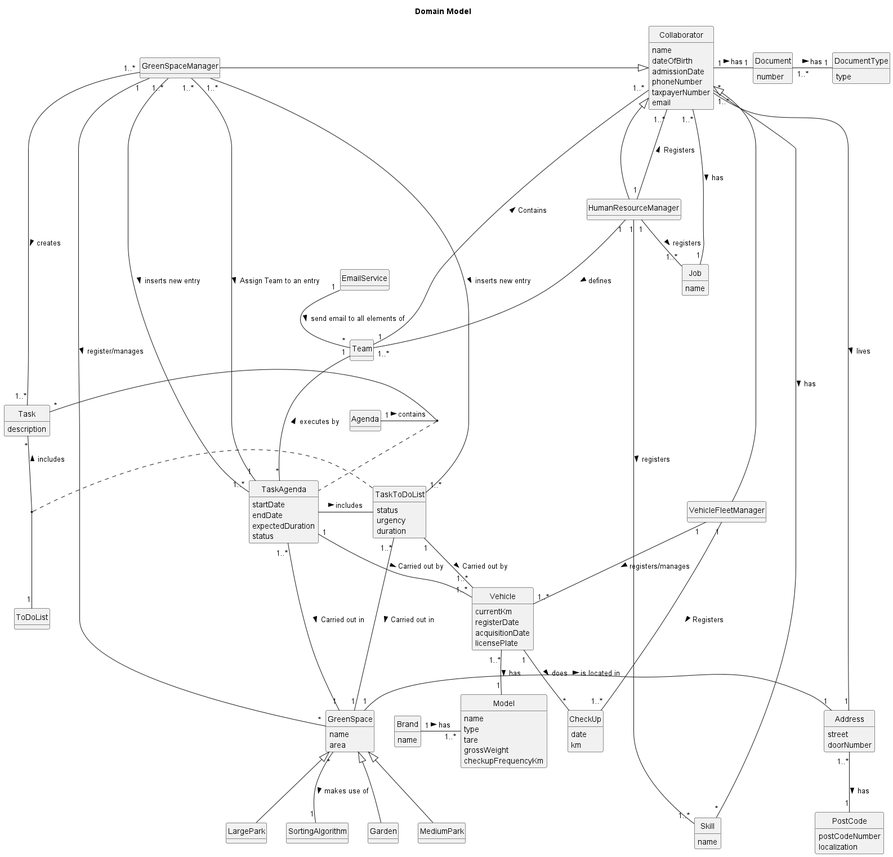
Departamento-de-Engenharia-Informatica/lei-24-s2-1db-g022 keeps this PlantUML diagram as docs/sprint3/global-artifacts/02.analysis/svg/partial-use-domain-model-Domain_Model.png. Above is the earlier version.
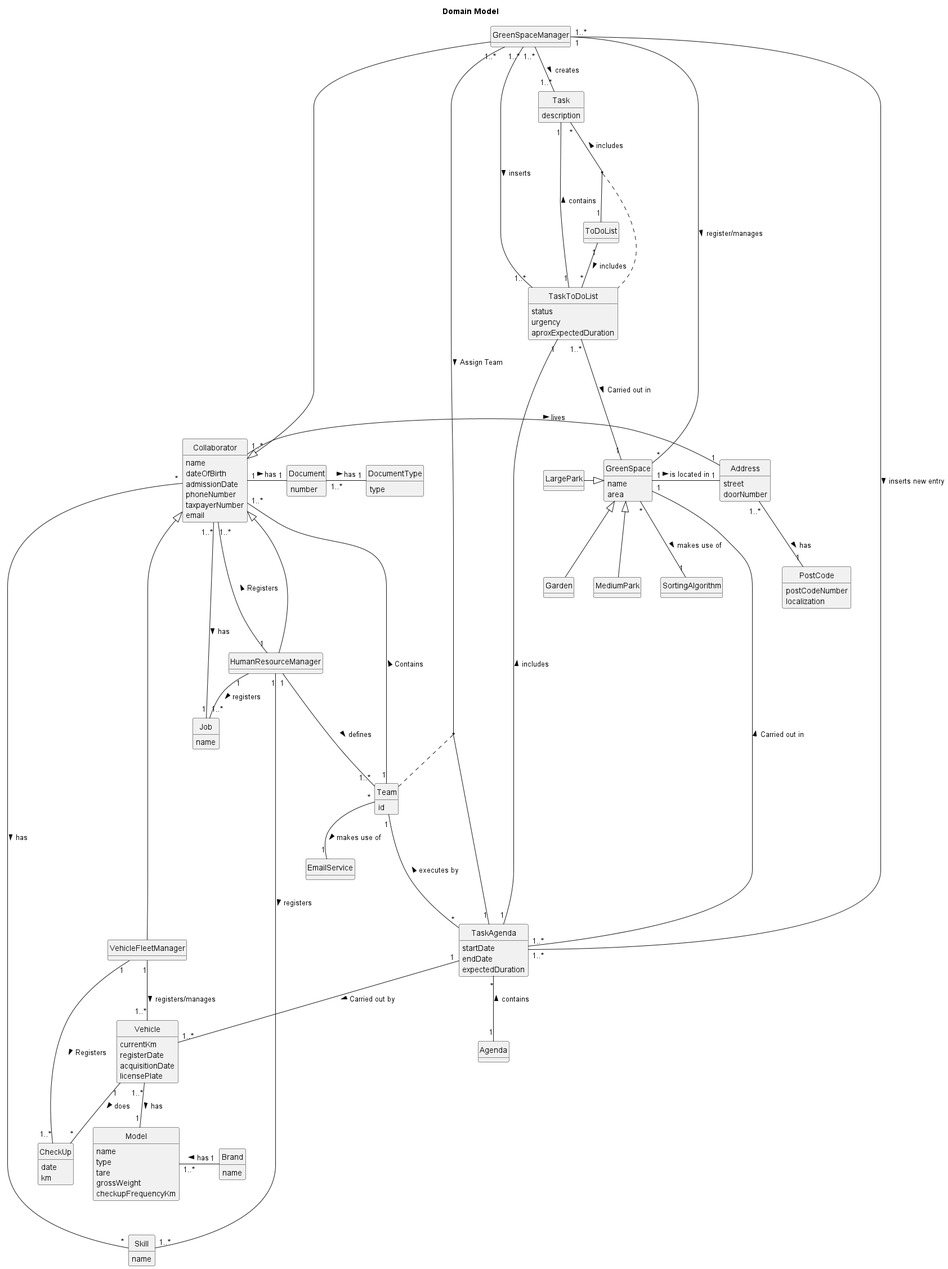
Later version of the same file.

What changed in the source:
```diff
@@ -67,7 +67,9 @@
 class Job{
     name
 }
+
 class Team{
+    id
 }
 
 class CheckUp{
@@ -98,14 +100,13 @@
 class TaskToDoList{
     status
     urgency
-    duration
+    aproxExpectedDuration
 }
 
 class TaskAgenda{
     startDate
     endDate
     expectedDuration
-    status
 }
 
 class Task {
@@ -136,38 +137,40 @@
 VehicleFleetManager "1" -- "1..*" Vehicle : registers/manages >
 VehicleFleetManager "1" -- "1..*" CheckUp : Registers >
 
-Brand "1" -  "1..*" Model : has >
+Brand "1" -l  "1..*" Model : has >
 
 Vehicle "1..*" -- "1" Model : has >
 Vehicle "1" -- "*" CheckUp : does >
 
 GreenSpaceManager "1" - "*" GreenSpace : register/manages >
 GreenSpaceManager "1..*" -- "1..*" Task : creates >
-GreenSpaceManager "1..*" - "1..*" TaskToDoList : inserts new entry >
+GreenSpaceManager "1..*" - "1..*" TaskToDoList : inserts >
 GreenSpaceManager "1..*" - "1..*" TaskAgenda : inserts new entry >
-GreenSpaceManager "1..*" - "1" TaskAgenda : Assign Team to an entry >
+GreenSpaceManager "1..*" - "1" TaskAgenda : Assign Team >
 
 GreenSpace "1" - "1" Address : is located in >
 GreenSpace <|-- Garden
 GreenSpace <|-- MediumPark
-GreenSpace <|-- LargePark
+GreenSpace <|-l- LargePark
 GreenSpace "*" -- "1" SortingAlgorithm : makes use of >
 
 TaskAgenda "1..*" --- "1" GreenSpace :  Carried out in  >
 TaskAgenda "1" -- "1..*" Vehicle : Carried out by >
 TaskToDoList "1..*" --- "1" GreenSpace :  Carried out in  >
-TaskToDoList "1" -- "1..*" Vehicle : Carried out by >
 
 Task "*" -- "1" ToDoList : includes <
 
 Team "1" --- "*" TaskAgenda : executes by <
-Agenda "1" - "*" Task : contains >
+Agenda "1" -u- "*" TaskAgenda : contains >
 
-EmailService "1" -- "*" Team :  send email to all elements of >
-
+EmailService "1" -u- "*" Team :  makes use of <
 
 (Task,ToDoList) .. TaskToDoList
-(Task,Agenda) .. TaskAgenda
+(GreenSpaceManager,TaskAgenda) .. Team
 
-TaskAgenda - TaskToDoList : includes >
+TaskAgenda "1" - "1" TaskToDoList : includes >
+
+ToDoList "1" -- "*" TaskToDoList : includes  >
+
+TaskToDoList "1" -u- "1" Task : contains >
 @enduml
```
